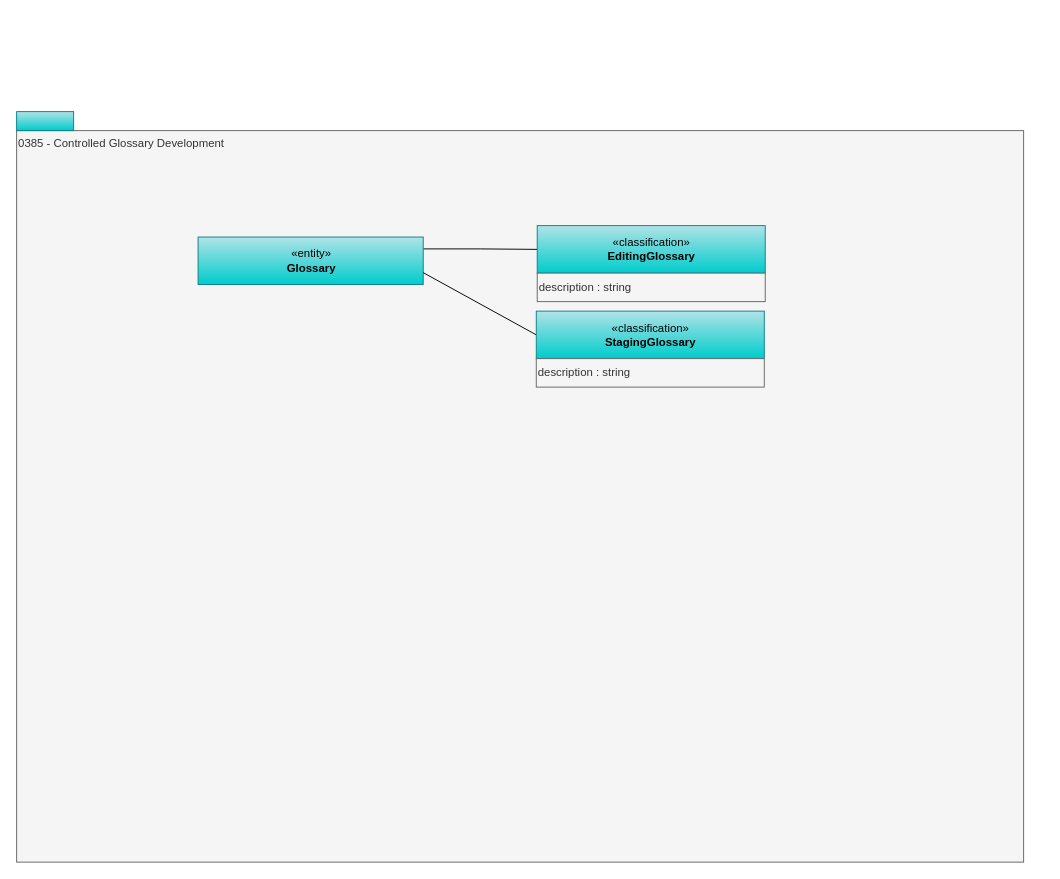
Above: page "0385-Controlled-Glossary-Development" (9 of 12) of site/docs/types/3/area-3-glossary.drawio in odpi/egeria-docs (draw.io), before the change. Source tidied: cells renumbered, new cells numbered last; positions are measured from the earlier drawing's top-left corner, leaving out a move shared by most shapes. Both pictures are drawn from the tidied source at 95%, with x=0, y=0 at pixel (16, 111).
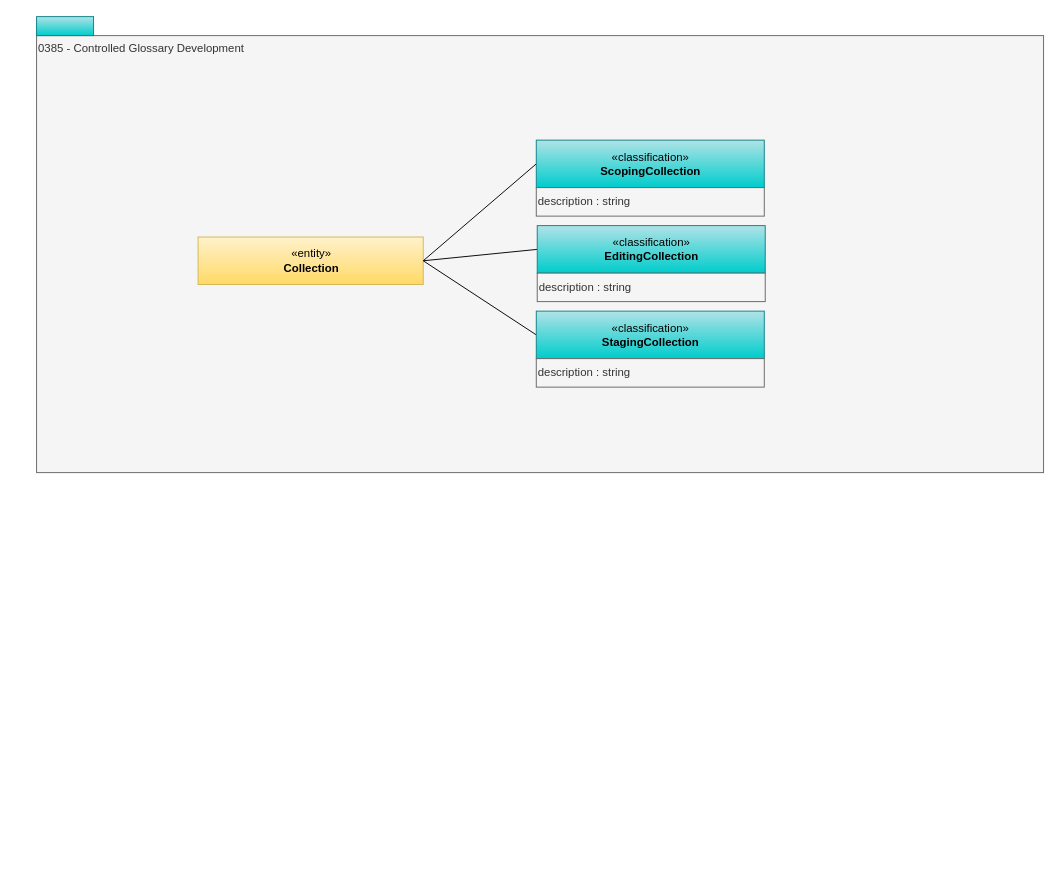
Above is the later version.

Change to the diagram source:
```diff
@@
 <mxGraphModel>
   <root>
     <mxCell id="0" />
     <mxCell id="1" parent="0" />
     <mxCell id="2" value="0385 - Controlled Glossary Development" style="rounded=0;whiteSpace=wrap;html=1;align=left;verticalAlign=top;fillColor=#f5f5f5;fontColor=#333333;strokeColor=#666666;" parent="1" vertex="1">
-      <mxGeometry y="20" width="1060" height="770" as="geometry" />
+      <mxGeometry x="21" y="-80" width="1060" height="460" as="geometry" />
     </mxCell>
     <mxCell id="3" style="rounded=0;whiteSpace=wrap;html=1;align=left;fillColor=#b0e3e6;strokeColor=#0e8088;gradientColor=#00CCCC;" parent="1" vertex="1">
-      <mxGeometry width="60" height="20" as="geometry" />
+      <mxGeometry x="21" y="-100" width="60" height="20" as="geometry" />
     </mxCell>
-    <mxCell id="4" style="edgeStyle=orthogonalEdgeStyle;rounded=0;jettySize=auto;html=1;exitX=1;exitY=0.25;exitDx=0;exitDy=0;entryX=0;entryY=0.5;entryDx=0;entryDy=0;endArrow=none;endFill=0;" parent="1" edge="1" source="5" target="6">
+    <mxCell id="4" style="rounded=0;jettySize=auto;html=1;exitX=1;exitY=0.5;exitDx=0;exitDy=0;entryX=0;entryY=0.5;entryDx=0;entryDy=0;endArrow=none;endFill=0;" parent="1" edge="1" source="5" target="6">
       <mxGeometry relative="1" as="geometry" />
     </mxCell>
-    <mxCell id="5" value="«entity»&lt;br&gt;&lt;b&gt;Glossary&lt;/b&gt;" style="html=1;strokeColor=#0e8088;align=center;fillColor=#b0e3e6;gradientColor=#00CCCC;" parent="1" vertex="1">
+    <mxCell id="5" value="«entity»&lt;br&gt;&lt;b&gt;Collection&lt;/b&gt;" style="html=1;strokeColor=#d6b656;align=center;fillColor=#fff2cc;gradientColor=#ffd966;" parent="1" vertex="1">
       <mxGeometry x="191" y="132" width="237" height="50" as="geometry" />
     </mxCell>
-    <mxCell id="6" value="«classification»&lt;br&gt;&lt;b&gt;EditingGlossary&lt;/b&gt;" style="html=1;strokeColor=#0e8088;align=center;fillColor=#b0e3e6;gradientColor=#00CCCC;" parent="1" vertex="1">
+    <mxCell id="6" value="«classification»&lt;br&gt;&lt;b&gt;EditingCollection&lt;/b&gt;" style="html=1;strokeColor=#0e8088;align=center;fillColor=#b0e3e6;gradientColor=#00CCCC;" parent="1" vertex="1">
       <mxGeometry x="548" y="120" width="240" height="50" as="geometry" />
     </mxCell>
     <mxCell id="7" value="description : string&lt;br&gt;&lt;div style=&quot;text-align: left&quot;&gt;&lt;/div&gt;" style="rounded=0;whiteSpace=wrap;html=1;strokeColor=#666666;align=left;fillColor=#f5f5f5;fontColor=#333333;" parent="1" vertex="1">
       <mxGeometry x="548" y="170" width="240" height="30" as="geometry" />
     </mxCell>
-    <mxCell id="8" style="rounded=0;jettySize=auto;html=1;exitX=0;exitY=0.5;exitDx=0;exitDy=0;entryX=1;entryY=0.75;entryDx=0;entryDy=0;endArrow=none;endFill=0;" parent="1" edge="1" source="9" target="5">
+    <mxCell id="8" style="rounded=0;jettySize=auto;html=1;exitX=0;exitY=0.5;exitDx=0;exitDy=0;entryX=1;entryY=0.5;entryDx=0;entryDy=0;endArrow=none;endFill=0;" parent="1" edge="1" source="9" target="5">
       <mxGeometry relative="1" as="geometry" />
     </mxCell>
-    <mxCell id="9" value="«classification»&lt;br&gt;&lt;b&gt;StagingGlossary&lt;/b&gt;" style="html=1;strokeColor=#0e8088;align=center;fillColor=#b0e3e6;gradientColor=#00CCCC;" parent="1" vertex="1">
+    <mxCell id="9" value="«classification»&lt;br&gt;&lt;b&gt;StagingCollection&lt;/b&gt;" style="html=1;strokeColor=#0e8088;align=center;fillColor=#b0e3e6;gradientColor=#00CCCC;" parent="1" vertex="1">
       <mxGeometry x="547" y="210" width="240" height="50" as="geometry" />
     </mxCell>
     <mxCell id="10" value="description : string" style="rounded=0;whiteSpace=wrap;html=1;strokeColor=#666666;align=left;fillColor=#f5f5f5;fontColor=#333333;" parent="1" vertex="1">
       <mxGeometry x="547" y="260" width="240" height="30" as="geometry" />
     </mxCell>
+    <mxCell id="11" style="rounded=0;jettySize=auto;html=1;exitX=1;exitY=0.5;exitDx=0;exitDy=0;entryX=0;entryY=0.5;entryDx=0;entryDy=0;endArrow=none;endFill=0;" parent="1" edge="1" source="5" target="12">
+      <mxGeometry relative="1" as="geometry" />
+    </mxCell>
+    <mxCell id="12" value="«classification»&lt;br&gt;&lt;b&gt;ScopingCollection&lt;/b&gt;" style="html=1;strokeColor=#0e8088;align=center;fillColor=#b0e3e6;gradientColor=#00CCCC;" parent="1" vertex="1">
+      <mxGeometry x="547" y="30" width="240" height="50" as="geometry" />
+    </mxCell>
+    <mxCell id="13" value="description : string&lt;br&gt;&lt;div style=&quot;text-align: left&quot;&gt;&lt;/div&gt;" style="rounded=0;whiteSpace=wrap;html=1;strokeColor=#666666;align=left;fillColor=#f5f5f5;fontColor=#333333;" parent="1" vertex="1">
+      <mxGeometry x="547" y="80" width="240" height="30" as="geometry" />
+    </mxCell>
   </root>
 </mxGraphModel>
```
